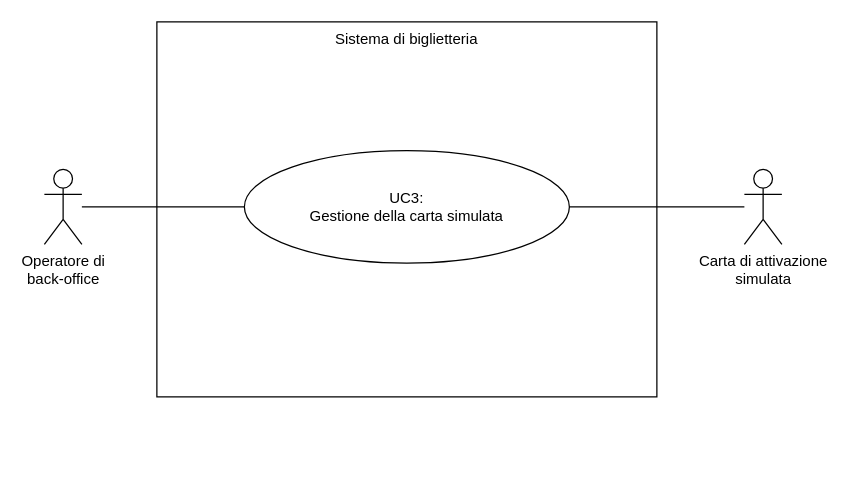
This is page "uc-3" (3 of 7) of img/diagrams/drawer.drawio from Leddosja/thesis-EdisHodja, a draw.io file, before an edit. Source tidied: cells renumbered, new cells numbered last; positions are measured from the earlier drawing's top-left corner, leaving out a move shared by most shapes. Both pictures are drawn from the tidied source at 125%, with x=0, y=0 at pixel (44, 21).
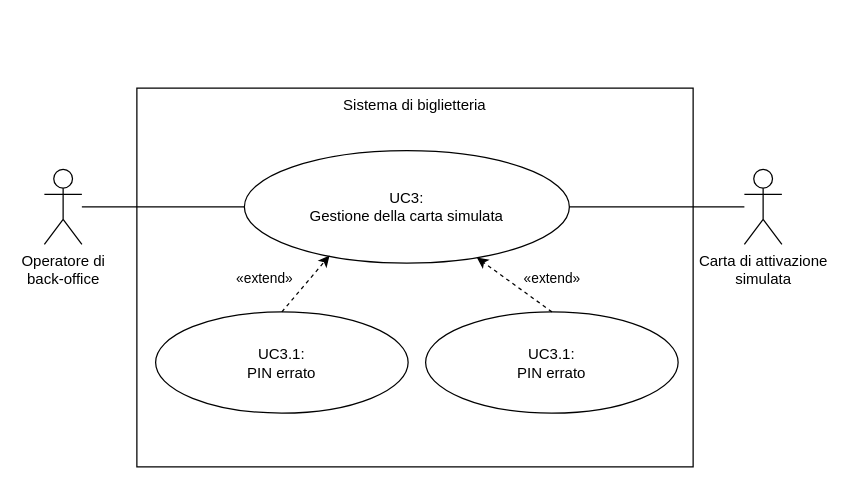
The same page after the edit.

What changed in the source:
```diff
@@
 <mxGraphModel background="#FFFFFF">
   <root>
     <mxCell id="0" />
     <mxCell id="1" parent="0" />
     <mxCell id="2" value="Sistema di biglietteria" style="rounded=0;whiteSpace=wrap;html=1;fillColor=default;verticalAlign=top;" parent="1" vertex="1">
-      <mxGeometry x="90" width="400" height="300" as="geometry" />
+      <mxGeometry x="74" y="53" width="445" height="303" as="geometry" />
     </mxCell>
     <mxCell id="3" value="UC3:&lt;br&gt;Gestione della carta simulata" style="ellipse;whiteSpace=wrap;html=1;rounded=0;strokeColor=default;align=center;verticalAlign=middle;fontFamily=Helvetica;fontSize=12;fontColor=default;fillColor=default;" parent="1" vertex="1">
       <mxGeometry x="160" y="103" width="260" height="90" as="geometry" />
     </mxCell>
     <mxCell id="4" style="edgeStyle=none;html=1;entryX=0;entryY=0.5;entryDx=0;entryDy=0;endArrow=none;endFill=0;" parent="1" edge="1" source="5" target="3">
       <mxGeometry relative="1" as="geometry" />
     </mxCell>
     <mxCell id="5" value="Operatore di&lt;br&gt;back-office" style="shape=umlActor;verticalLabelPosition=bottom;verticalAlign=top;html=1;rounded=0;strokeColor=default;align=center;fontFamily=Helvetica;fontSize=12;fontColor=default;fillColor=default;" parent="1" vertex="1">
       <mxGeometry y="118" width="30" height="60" as="geometry" />
     </mxCell>
     <mxCell id="6" style="edgeStyle=none;html=1;entryX=1;entryY=0.5;entryDx=0;entryDy=0;endArrow=none;endFill=0;verticalAlign=middle;" parent="1" edge="1" source="7">
       <mxGeometry relative="1" as="geometry">
         <mxPoint x="420" y="148" as="targetPoint" />
       </mxGeometry>
     </mxCell>
     <mxCell id="7" value="Carta di attivazione&lt;br&gt;simulata" style="shape=umlActor;verticalLabelPosition=bottom;verticalAlign=top;html=1;rounded=0;strokeColor=default;align=center;fontFamily=Helvetica;fontSize=12;fontColor=default;fillColor=default;" parent="1" vertex="1">
       <mxGeometry x="560" y="118" width="30" height="60" as="geometry" />
     </mxCell>
+    <mxCell id="8" value="UC3.1:&lt;br&gt;PIN errato" style="ellipse;whiteSpace=wrap;html=1;rounded=0;strokeColor=default;align=center;verticalAlign=middle;fontFamily=Helvetica;fontSize=12;fontColor=default;fillColor=default;" parent="1" vertex="1">
+      <mxGeometry x="89" y="232" width="202" height="81" as="geometry" />
+    </mxCell>
+    <mxCell id="9" value="UC3.1:&lt;br&gt;PIN errato" style="ellipse;whiteSpace=wrap;html=1;rounded=0;strokeColor=default;align=center;verticalAlign=middle;fontFamily=Helvetica;fontSize=12;fontColor=default;fillColor=default;" parent="1" vertex="1">
+      <mxGeometry x="305" y="232" width="202" height="81" as="geometry" />
+    </mxCell>
+    <mxCell id="10" style="edgeStyle=none;html=1;dashed=1;entryX=0.262;entryY=0.933;entryDx=0;entryDy=0;exitX=0.5;exitY=0;exitDx=0;exitDy=0;entryPerimeter=0;" parent="1" edge="1" source="8" target="3">
+      <mxGeometry relative="1" as="geometry" />
+    </mxCell>
+    <mxCell id="11" value="&lt;span style=&quot;color: rgb(0, 0, 0);&quot;&gt;«extend»&lt;/span&gt;" style="edgeLabel;html=1;align=center;verticalAlign=middle;" parent="10" vertex="1">
+      <mxGeometry x="-0.18" y="-2" relative="1" as="geometry">
+        <mxPoint x="-32" y="-10" as="offset" />
+      </mxGeometry>
+    </mxCell>
+    <mxCell id="12" style="edgeStyle=none;html=1;dashed=1;exitX=0.5;exitY=0;exitDx=0;exitDy=0;" parent="1" edge="1" source="9" target="3">
+      <mxGeometry relative="1" as="geometry" />
+    </mxCell>
+    <mxCell id="13" value="&lt;span style=&quot;color: rgb(0, 0, 0);&quot;&gt;«extend»&lt;/span&gt;" style="edgeLabel;html=1;align=center;verticalAlign=middle;" parent="12" vertex="1">
+      <mxGeometry x="-0.18" y="-2" relative="1" as="geometry">
+        <mxPoint x="23" y="-8" as="offset" />
+      </mxGeometry>
+    </mxCell>
   </root>
 </mxGraphModel>
```
